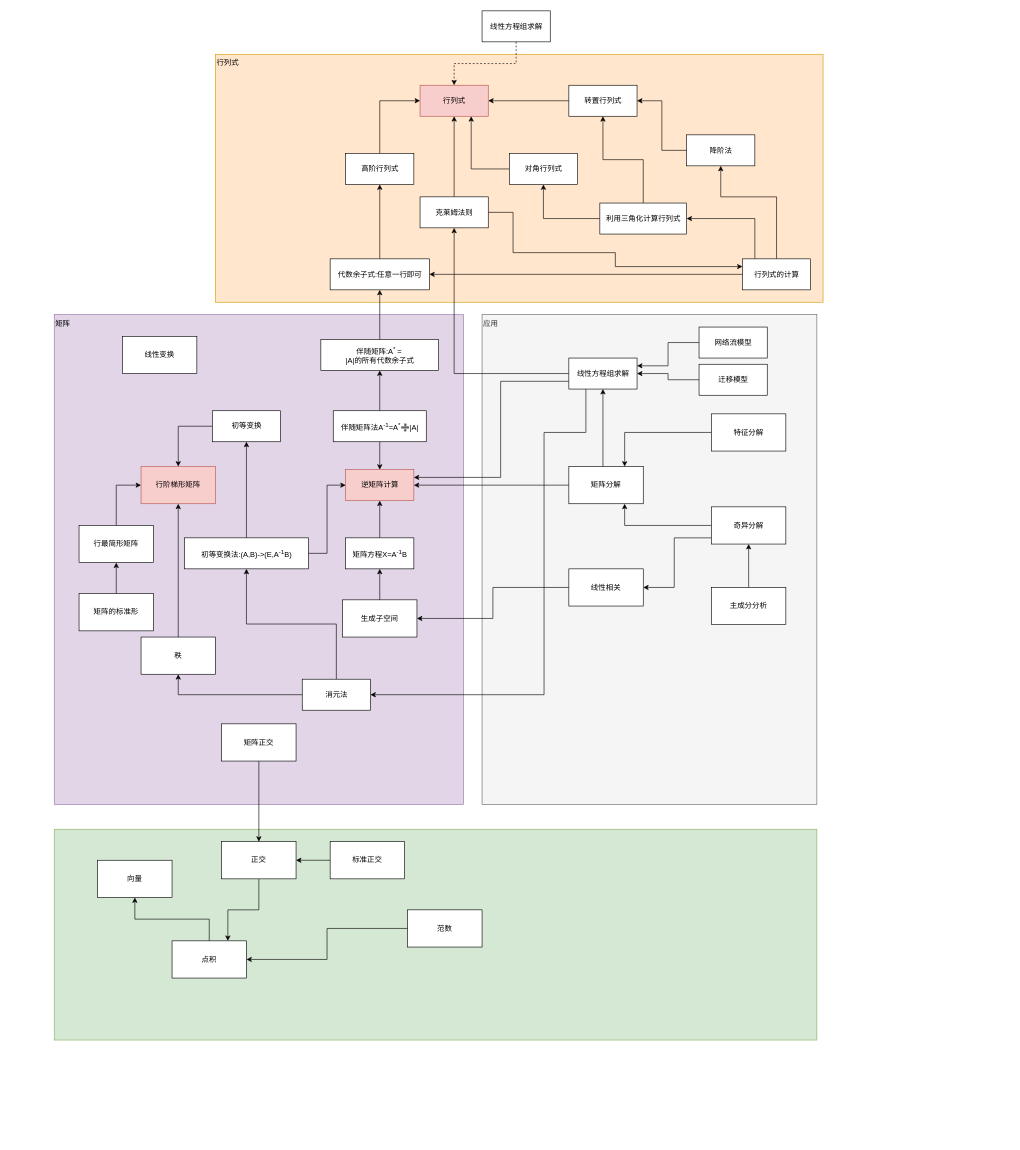
Earlier version of the draw.io diagram liner_algebra.drawio (brendonlin/myflowchart). Source tidied: cells renumbered, new cells numbered last; positions are measured from the earlier drawing's top-left corner, leaving out a move shared by most shapes. Both pictures are drawn from the tidied source at 62%, with x=0, y=0 at pixel (54, 11).
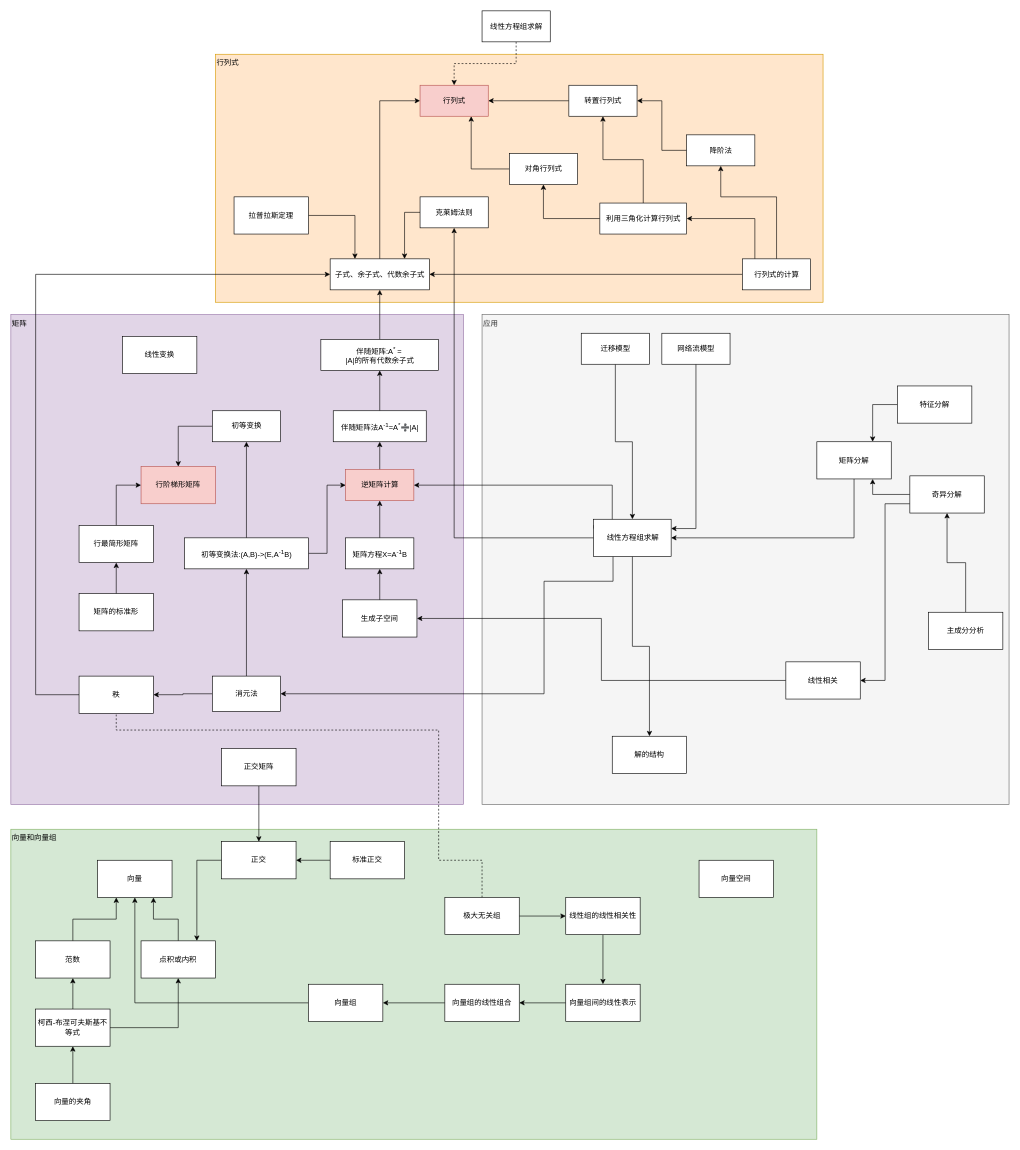
The same diagram, later.

The change refers to these unchanged cells:
```xml
<mxCell id="7" value="行列式" style="html=1;fillColor=#f8cecc;strokeColor=#b85450;" parent="1" vertex="1">
  <mxGeometry x="590" y="120" width="110" height="50" as="geometry" />
</mxCell>
<mxCell id="24" value="克莱姆法则" style="html=1;" parent="1" vertex="1">
  <mxGeometry x="590" y="300" width="110" height="50" as="geometry" />
</mxCell>
<mxCell id="27" value="伴随矩阵法A&lt;sup&gt;-1&lt;/sup&gt;=A&lt;sup&gt;*&lt;/sup&gt;➗|A|" style="html=1;" parent="1" vertex="1">
  <mxGeometry x="450" y="645" width="150" height="50" as="geometry" />
</mxCell>
<mxCell id="28" value="逆矩阵计算" style="html=1;fillColor=#f8cecc;strokeColor=#b85450;" parent="1" vertex="1">
  <mxGeometry x="470" y="740" width="110" height="50" as="geometry" />
</mxCell>
<mxCell id="34" value="行列式的计算" style="html=1;" parent="1" vertex="1">
  <mxGeometry x="1110" y="400" width="110" height="50" as="geometry" />
</mxCell>
<mxCell id="52" value="行阶梯形矩阵" style="rounded=0;whiteSpace=wrap;html=1;fillColor=#f8cecc;strokeColor=#b85450;" parent="1" vertex="1">
  <mxGeometry x="140" y="735" width="120" height="60" as="geometry" />
</mxCell>
<mxCell id="65" value="向量" style="rounded=0;whiteSpace=wrap;html=1;align=center;" parent="1" vertex="1">
  <mxGeometry x="70" y="1370" width="120" height="60" as="geometry" />
</mxCell>
```

Change to the diagram source:
```diff
@@
-    <mxCell id="2" style="rounded=0;whiteSpace=wrap;html=1;align=center;fillColor=#d5e8d4;strokeColor=#82b366;" parent="1" vertex="1">
-      <mxGeometry y="1320" width="1230" height="340" as="geometry" />
+    <mxCell id="2" value="向量和向量组" style="rounded=0;whiteSpace=wrap;html=1;align=left;fillColor=#d5e8d4;strokeColor=#82b366;verticalAlign=top;" parent="1" vertex="1">
+      <mxGeometry x="-70" y="1320" width="1300" height="500" as="geometry" />
     </mxCell>
     <mxCell id="3" value="应用" style="rounded=0;whiteSpace=wrap;html=1;fillColor=#f5f5f5;strokeColor=#666666;fontColor=#333333;verticalAlign=top;align=left;" parent="1" vertex="1">
-      <mxGeometry x="690" y="490" width="540" height="790" as="geometry" />
+      <mxGeometry x="690" y="490" width="850" height="790" as="geometry" />
     </mxCell>
     <mxCell id="4" value="矩阵" style="html=1;align=left;verticalAlign=top;fillColor=#e1d5e7;strokeColor=#9673a6;" parent="1" vertex="1">
-      <mxGeometry y="490" width="660" height="790" as="geometry" />
+      <mxGeometry x="-70" y="490" width="730" height="790" as="geometry" />
     </mxCell>
@@
-    <mxCell id="9" style="edgeStyle=orthogonalEdgeStyle;rounded=0;jettySize=auto;html=1;entryX=0;entryY=0.5;entryDx=0;entryDy=0;" parent="1" edge="1" source="10" target="7">
+    <mxCell id="9" style="edgeStyle=orthogonalEdgeStyle;rounded=0;jettySize=auto;html=1;entryX=0;entryY=0.5;entryDx=0;entryDy=0;" parent="1" edge="1" source="12" target="7">
       <mxGeometry relative="1" as="geometry">
         <Array as="points">
           <mxPoint x="525" y="145" />
         </Array>
       </mxGeometry>
     </mxCell>
-    <mxCell id="10" value="高阶行列式" style="html=1;" parent="1" vertex="1">
-      <mxGeometry x="470" y="230" width="110" height="50" as="geometry" />
-    </mxCell>
-    <mxCell id="11" style="edgeStyle=orthogonalEdgeStyle;rounded=0;jettySize=auto;html=1;entryX=0.5;entryY=1;entryDx=0;entryDy=0;" parent="1" edge="1" source="12" target="10">
-      <mxGeometry relative="1" as="geometry" />
-    </mxCell>
-    <mxCell id="12" value="代数余子式:任意一行即可" style="html=1;" parent="1" vertex="1">
+    <mxCell id="12" value="子式、余子式、代数余子式" style="html=1;" parent="1" vertex="1">
       <mxGeometry x="445" y="400" width="160" height="50" as="geometry" />
     </mxCell>
@@
-    <mxCell id="22" style="edgeStyle=orthogonalEdgeStyle;rounded=0;jettySize=auto;html=1;entryX=0.5;entryY=1;entryDx=0;entryDy=0;" parent="1" edge="1" source="24" target="7">
-      <mxGeometry relative="1" as="geometry" />
+    <mxCell id="22" style="edgeStyle=orthogonalEdgeStyle;rounded=0;jettySize=auto;html=1;entryX=0.75;entryY=0;entryDx=0;entryDy=0;" parent="1" edge="1" source="24" target="12">
+      <mxGeometry relative="1" as="geometry">
+        <Array as="points">
+          <mxPoint x="565" y="325" />
+        </Array>
+      </mxGeometry>
     </mxCell>
-    <mxCell id="23" style="edgeStyle=orthogonalEdgeStyle;rounded=0;jettySize=auto;html=1;entryX=0;entryY=0.25;entryDx=0;entryDy=0;exitX=1;exitY=0.5;exitDx=0;exitDy=0;" parent="1" edge="1" source="24" target="34">
-      <mxGeometry relative="1" as="geometry">
-        <Array as="points">
-          <mxPoint x="740" y="325" />
-          <mxPoint x="740" y="390" />
-          <mxPoint x="905" y="390" />
-          <mxPoint x="905" y="413" />
-        </Array>
-      </mxGeometry>
-    </mxCell>
@@
-    <mxCell id="25" style="edgeStyle=orthogonalEdgeStyle;rounded=0;jettySize=auto;html=1;entryX=0.5;entryY=0;entryDx=0;entryDy=0;" parent="1" edge="1" source="27" target="28">
-      <mxGeometry relative="1" as="geometry" />
-    </mxCell>
@@
+    <mxCell id="86" style="edgeStyle=orthogonalEdgeStyle;rounded=0;jettySize=auto;html=1;" parent="1" edge="1" source="28" target="27">
+      <mxGeometry relative="1" as="geometry" />
+    </mxCell>
@@
-    <mxCell id="36" style="edgeStyle=orthogonalEdgeStyle;rounded=0;jettySize=auto;html=1;exitX=0;exitY=0.75;exitDx=0;exitDy=0;entryX=1;entryY=0.25;entryDx=0;entryDy=0;" parent="1" edge="1" source="38" target="28">
+    <mxCell id="36" style="edgeStyle=orthogonalEdgeStyle;rounded=0;jettySize=auto;html=1;exitX=0;exitY=0.25;exitDx=0;exitDy=0;entryX=1;entryY=0.5;entryDx=0;entryDy=0;" parent="1" edge="1" source="38" target="28">
       <mxGeometry relative="1" as="geometry">
         <Array as="points">
-          <mxPoint x="720" y="598" />
-          <mxPoint x="720" y="752" />
+          <mxPoint x="870" y="830" />
+          <mxPoint x="900" y="830" />
+          <mxPoint x="900" y="765" />
         </Array>
       </mxGeometry>
     </mxCell>
     <mxCell id="37" style="edgeStyle=orthogonalEdgeStyle;rounded=0;jettySize=auto;html=1;entryX=1;entryY=0.5;entryDx=0;entryDy=0;exitX=0.25;exitY=1;exitDx=0;exitDy=0;" parent="1" edge="1" source="38" target="81">
       <mxGeometry relative="1" as="geometry">
         <Array as="points">
-          <mxPoint x="858" y="680" />
-          <mxPoint x="790" y="680" />
-          <mxPoint x="790" y="1103" />
+          <mxPoint x="901" y="920" />
+          <mxPoint x="790" y="920" />
+          <mxPoint x="790" y="1102" />
         </Array>
       </mxGeometry>
     </mxCell>
+    <mxCell id="87" style="edgeStyle=orthogonalEdgeStyle;rounded=0;jettySize=auto;html=1;endArrow=classic;endFill=1;" parent="1" edge="1" source="38" target="102">
+      <mxGeometry relative="1" as="geometry" />
+    </mxCell>
     <mxCell id="38" value="线性方程组求解" style="html=1;" parent="1" vertex="1">
-      <mxGeometry x="830" y="560" width="110" height="50" as="geometry" />
+      <mxGeometry x="870" y="820" width="125" height="60" as="geometry" />
     </mxCell>
@@
-    <mxCell id="46" style="edgeStyle=orthogonalEdgeStyle;rounded=0;jettySize=auto;html=1;" parent="1" edge="1" source="47" target="52">
-      <mxGeometry relative="1" as="geometry" />
+    <mxCell id="46" style="edgeStyle=orthogonalEdgeStyle;rounded=0;jettySize=auto;html=1;entryX=0;entryY=0.5;entryDx=0;entryDy=0;exitX=0;exitY=0.5;exitDx=0;exitDy=0;" parent="1" edge="1" source="47" target="12">
+      <mxGeometry relative="1" as="geometry">
+        <Array as="points">
+          <mxPoint x="-30" y="1103" />
+          <mxPoint x="-30" y="425" />
+        </Array>
+      </mxGeometry>
     </mxCell>
     <mxCell id="47" value="秩" style="rounded=0;whiteSpace=wrap;html=1;" parent="1" vertex="1">
-      <mxGeometry x="140" y="1010" width="120" height="60" as="geometry" />
+      <mxGeometry x="40" y="1073" width="120" height="60" as="geometry" />
     </mxCell>
@@
-    <mxCell id="55" style="edgeStyle=orthogonalEdgeStyle;rounded=0;jettySize=auto;html=1;entryX=1;entryY=0.5;entryDx=0;entryDy=0;" parent="1" edge="1" source="56" target="28">
-      <mxGeometry relative="1" as="geometry" />
-    </mxCell>
+    <mxCell id="88" style="edgeStyle=orthogonalEdgeStyle;rounded=0;jettySize=auto;html=1;" parent="1" edge="1" source="56" target="38">
+      <mxGeometry relative="1" as="geometry">
+        <Array as="points">
+          <mxPoint x="1290" y="850" />
+        </Array>
+      </mxGeometry>
+    </mxCell>
     <mxCell id="56" value="矩阵分解" style="rounded=0;whiteSpace=wrap;html=1;align=center;" parent="1" vertex="1">
-      <mxGeometry x="830" y="735" width="120" height="60" as="geometry" />
+      <mxGeometry x="1230" y="695" width="120" height="60" as="geometry" />
     </mxCell>
@@
     <mxCell id="58" value="线性相关" style="rounded=0;whiteSpace=wrap;html=1;align=center;" parent="1" vertex="1">
-      <mxGeometry x="830" y="900" width="120" height="60" as="geometry" />
+      <mxGeometry x="1180" y="1050" width="120" height="60" as="geometry" />
     </mxCell>
@@
-    <mxCell id="60" style="edgeStyle=orthogonalEdgeStyle;rounded=0;jettySize=auto;html=1;entryX=0.5;entryY=1;entryDx=0;entryDy=0;" parent="1" edge="1" target="38">
-      <mxGeometry relative="1" as="geometry">
-        <mxPoint x="885" y="735" as="sourcePoint" />
-        <Array as="points">
-          <mxPoint x="885" y="735" />
-        </Array>
-      </mxGeometry>
-    </mxCell>
     <mxCell id="61" value="特征分解" style="rounded=0;whiteSpace=wrap;html=1;align=center;" parent="1" vertex="1">
-      <mxGeometry x="1060" y="650" width="120" height="60" as="geometry" />
+      <mxGeometry x="1360" y="605" width="120" height="60" as="geometry" />
     </mxCell>
+    <mxCell id="63" style="edgeStyle=orthogonalEdgeStyle;rounded=0;jettySize=auto;html=1;entryX=1;entryY=0.5;entryDx=0;entryDy=0;exitX=0;exitY=0.75;exitDx=0;exitDy=0;" parent="1" edge="1" source="64" target="58">
+      <mxGeometry relative="1" as="geometry">
+        <Array as="points">
+          <mxPoint x="1340" y="795" />
+          <mxPoint x="1340" y="1080" />
+        </Array>
+      </mxGeometry>
+    </mxCell>
     <mxCell id="62" style="edgeStyle=orthogonalEdgeStyle;rounded=0;jettySize=auto;html=1;entryX=0.75;entryY=1;entryDx=0;entryDy=0;" parent="1" edge="1" source="64" target="56">
-      <mxGeometry relative="1" as="geometry">
-        <Array as="points">
-          <mxPoint x="920" y="830" />
-        </Array>
-      </mxGeometry>
+      <mxGeometry relative="1" as="geometry" />
     </mxCell>
-    <mxCell id="63" style="edgeStyle=orthogonalEdgeStyle;rounded=0;jettySize=auto;html=1;entryX=1;entryY=0.5;entryDx=0;entryDy=0;" parent="1" edge="1" source="64" target="58">
-      <mxGeometry relative="1" as="geometry">
-        <Array as="points">
-          <mxPoint x="1000" y="850" />
-          <mxPoint x="1000" y="930" />
-        </Array>
-      </mxGeometry>
-    </mxCell>
     <mxCell id="64" value="奇异分解" style="rounded=0;whiteSpace=wrap;html=1;align=center;" parent="1" vertex="1">
-      <mxGeometry x="1060" y="800" width="120" height="60" as="geometry" />
+      <mxGeometry x="1380" y="750" width="120" height="60" as="geometry" />
     </mxCell>
@@
-    <mxCell id="66" style="edgeStyle=orthogonalEdgeStyle;rounded=0;jettySize=auto;html=1;entryX=1;entryY=0.5;entryDx=0;entryDy=0;" parent="1" edge="1" source="67" target="71">
+    <mxCell id="66" style="edgeStyle=orthogonalEdgeStyle;rounded=0;jettySize=auto;html=1;entryX=0.25;entryY=1;entryDx=0;entryDy=0;" parent="1" edge="1" source="67" target="65">
       <mxGeometry relative="1" as="geometry" />
     </mxCell>
     <mxCell id="67" value="范数" style="rounded=0;whiteSpace=wrap;html=1;align=center;" parent="1" vertex="1">
-      <mxGeometry x="570" y="1450" width="120" height="60" as="geometry" />
+      <mxGeometry x="-30" y="1500" width="120" height="60" as="geometry" />
     </mxCell>
@@
     <mxCell id="69" value="主成分分析" style="rounded=0;whiteSpace=wrap;html=1;align=center;" parent="1" vertex="1">
-      <mxGeometry x="1060" y="930" width="120" height="60" as="geometry" />
+      <mxGeometry x="1410" y="970" width="120" height="60" as="geometry" />
     </mxCell>
-    <mxCell id="70" style="edgeStyle=orthogonalEdgeStyle;rounded=0;jettySize=auto;html=1;" parent="1" edge="1" source="71" target="65">
+    <mxCell id="70" style="edgeStyle=orthogonalEdgeStyle;rounded=0;jettySize=auto;html=1;entryX=0.75;entryY=1;entryDx=0;entryDy=0;" parent="1" edge="1" source="71" target="65">
       <mxGeometry relative="1" as="geometry" />
     </mxCell>
-    <mxCell id="71" value="点积" style="rounded=0;whiteSpace=wrap;html=1;align=center;" parent="1" vertex="1">
-      <mxGeometry x="190" y="1500" width="120" height="60" as="geometry" />
+    <mxCell id="71" value="点积或内积" style="rounded=0;whiteSpace=wrap;html=1;align=center;" parent="1" vertex="1">
+      <mxGeometry x="140" y="1500" width="120" height="60" as="geometry" />
     </mxCell>
@@
-    <mxCell id="75" value="矩阵正交" style="rounded=0;whiteSpace=wrap;html=1;align=center;" parent="1" vertex="1">
-      <mxGeometry x="270" y="1150" width="120" height="60" as="geometry" />
+    <mxCell id="75" value="正交矩阵" style="rounded=0;whiteSpace=wrap;html=1;align=center;" parent="1" vertex="1">
+      <mxGeometry x="270" y="1190" width="120" height="60" as="geometry" />
     </mxCell>
@@
     <mxCell id="81" value="消元法" style="html=1;" parent="1" vertex="1">
-      <mxGeometry x="400" y="1078" width="110" height="50" as="geometry" />
+      <mxGeometry x="255" y="1073" width="110" height="57" as="geometry" />
     </mxCell>
@@
     <mxCell id="83" value="网络流模型" style="html=1;" parent="1" vertex="1">
-      <mxGeometry x="1040" y="510" width="110" height="50" as="geometry" />
+      <mxGeometry x="980" y="520" width="110" height="50" as="geometry" />
     </mxCell>
@@
     <mxCell id="85" value="迁移模型" style="html=1;" parent="1" vertex="1">
-      <mxGeometry x="1040" y="570" width="110" height="50" as="geometry" />
+      <mxGeometry x="850" y="520" width="110" height="50" as="geometry" />
     </mxCell>
+    <mxCell id="89" style="edgeStyle=orthogonalEdgeStyle;rounded=0;jettySize=auto;html=1;entryX=0.25;entryY=0;entryDx=0;entryDy=0;" parent="1" edge="1" source="90" target="12">
+      <mxGeometry relative="1" as="geometry" />
+    </mxCell>
+    <mxCell id="90" value="拉普拉斯定理" style="rounded=0;whiteSpace=wrap;html=1;" parent="1" vertex="1">
+      <mxGeometry x="290" y="300" width="120" height="60" as="geometry" />
+    </mxCell>
+    <mxCell id="91" style="edgeStyle=orthogonalEdgeStyle;rounded=0;jettySize=auto;html=1;entryX=0.5;entryY=1;entryDx=0;entryDy=0;" parent="1" edge="1" source="92" target="65">
+      <mxGeometry relative="1" as="geometry" />
+    </mxCell>
+    <mxCell id="92" value="向量组" style="rounded=0;whiteSpace=wrap;html=1;align=center;" parent="1" vertex="1">
+      <mxGeometry x="410" y="1570" width="120" height="60" as="geometry" />
+    </mxCell>
+    <mxCell id="93" style="edgeStyle=orthogonalEdgeStyle;rounded=0;jettySize=auto;html=1;" parent="1" edge="1" source="94" target="92">
+      <mxGeometry relative="1" as="geometry" />
+    </mxCell>
+    <mxCell id="94" value="向量组的线性组合" style="rounded=0;whiteSpace=wrap;html=1;align=center;" parent="1" vertex="1">
+      <mxGeometry x="630" y="1570" width="120" height="60" as="geometry" />
+    </mxCell>
+    <mxCell id="95" style="edgeStyle=orthogonalEdgeStyle;rounded=0;jettySize=auto;html=1;" parent="1" edge="1" source="96" target="94">
+      <mxGeometry relative="1" as="geometry" />
+    </mxCell>
+    <mxCell id="96" value="向量组间的线性表示" style="rounded=0;whiteSpace=wrap;html=1;align=center;" parent="1" vertex="1">
+      <mxGeometry x="825" y="1570" width="120" height="60" as="geometry" />
+    </mxCell>
+    <mxCell id="97" style="edgeStyle=orthogonalEdgeStyle;rounded=0;jettySize=auto;html=1;" parent="1" edge="1" source="98" target="96">
+      <mxGeometry relative="1" as="geometry" />
+    </mxCell>
+    <mxCell id="98" value="线性组的线性相关性" style="rounded=0;whiteSpace=wrap;html=1;align=center;" parent="1" vertex="1">
+      <mxGeometry x="825" y="1430" width="120" height="60" as="geometry" />
+    </mxCell>
+    <mxCell id="99" style="edgeStyle=orthogonalEdgeStyle;rounded=0;jettySize=auto;html=1;" parent="1" edge="1" source="101" target="98">
+      <mxGeometry relative="1" as="geometry" />
+    </mxCell>
+    <mxCell id="100" style="edgeStyle=orthogonalEdgeStyle;rounded=0;jettySize=auto;html=1;exitX=0.5;exitY=0;exitDx=0;exitDy=0;endArrow=none;endFill=0;dashed=1;" parent="1" edge="1" source="101" target="47">
+      <mxGeometry relative="1" as="geometry">
+        <Array as="points">
+          <mxPoint x="690" y="1370" />
+          <mxPoint x="620" y="1370" />
+          <mxPoint x="620" y="1160" />
+          <mxPoint x="100" y="1160" />
+        </Array>
+      </mxGeometry>
+    </mxCell>
+    <mxCell id="101" value="极大无关组" style="rounded=0;whiteSpace=wrap;html=1;align=center;" parent="1" vertex="1">
+      <mxGeometry x="630" y="1430" width="120" height="60" as="geometry" />
+    </mxCell>
+    <mxCell id="102" value="解的结构" style="rounded=0;whiteSpace=wrap;html=1;align=center;" parent="1" vertex="1">
+      <mxGeometry x="900" y="1170" width="120" height="60" as="geometry" />
+    </mxCell>
+    <mxCell id="103" value="向量空间" style="rounded=0;whiteSpace=wrap;html=1;align=center;" parent="1" vertex="1">
+      <mxGeometry x="1040" y="1370" width="120" height="60" as="geometry" />
+    </mxCell>
+    <mxCell id="104" style="edgeStyle=orthogonalEdgeStyle;rounded=0;jettySize=auto;html=1;entryX=0.5;entryY=1;entryDx=0;entryDy=0;endArrow=classic;endFill=1;" parent="1" edge="1" source="106" target="67">
+      <mxGeometry relative="1" as="geometry" />
+    </mxCell>
+    <mxCell id="105" style="edgeStyle=orthogonalEdgeStyle;rounded=0;jettySize=auto;html=1;entryX=0.5;entryY=1;entryDx=0;entryDy=0;endArrow=classic;endFill=1;" parent="1" edge="1" source="106" target="71">
+      <mxGeometry relative="1" as="geometry" />
+    </mxCell>
+    <mxCell id="106" value="柯西-布涅可夫斯基不等式" style="rounded=0;whiteSpace=wrap;html=1;align=center;" parent="1" vertex="1">
+      <mxGeometry x="-30" y="1610" width="120" height="60" as="geometry" />
+    </mxCell>
+    <mxCell id="107" style="edgeStyle=orthogonalEdgeStyle;rounded=0;jettySize=auto;html=1;entryX=0.5;entryY=1;entryDx=0;entryDy=0;endArrow=classic;endFill=1;" parent="1" edge="1" source="108" target="106">
+      <mxGeometry relative="1" as="geometry" />
+    </mxCell>
+    <mxCell id="108" value="向量的夹角" style="rounded=0;whiteSpace=wrap;html=1;align=center;" parent="1" vertex="1">
+      <mxGeometry x="-30" y="1730" width="120" height="60" as="geometry" />
+    </mxCell>
```
